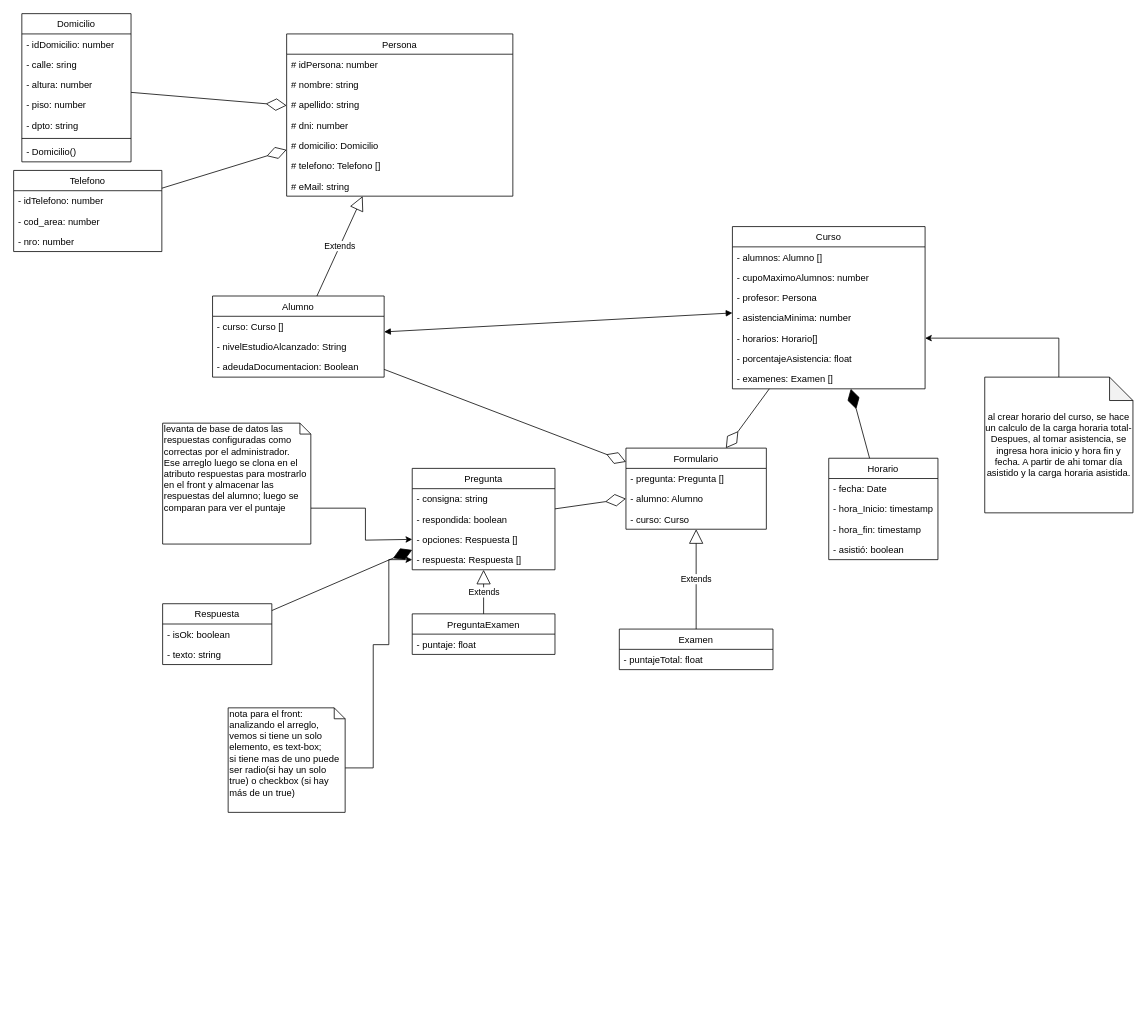
Before: - UML/diagrama_proyecto_final.drawio in mariela21180/institucional-cfp, a draw.io diagram. Source tidied: cells renumbered, new cells numbered last; positions are measured from the earlier drawing's top-left corner, leaving out a move shared by most shapes. Both pictures are drawn from the tidied source at 78%, with x=0, y=0 at pixel (13, 13).
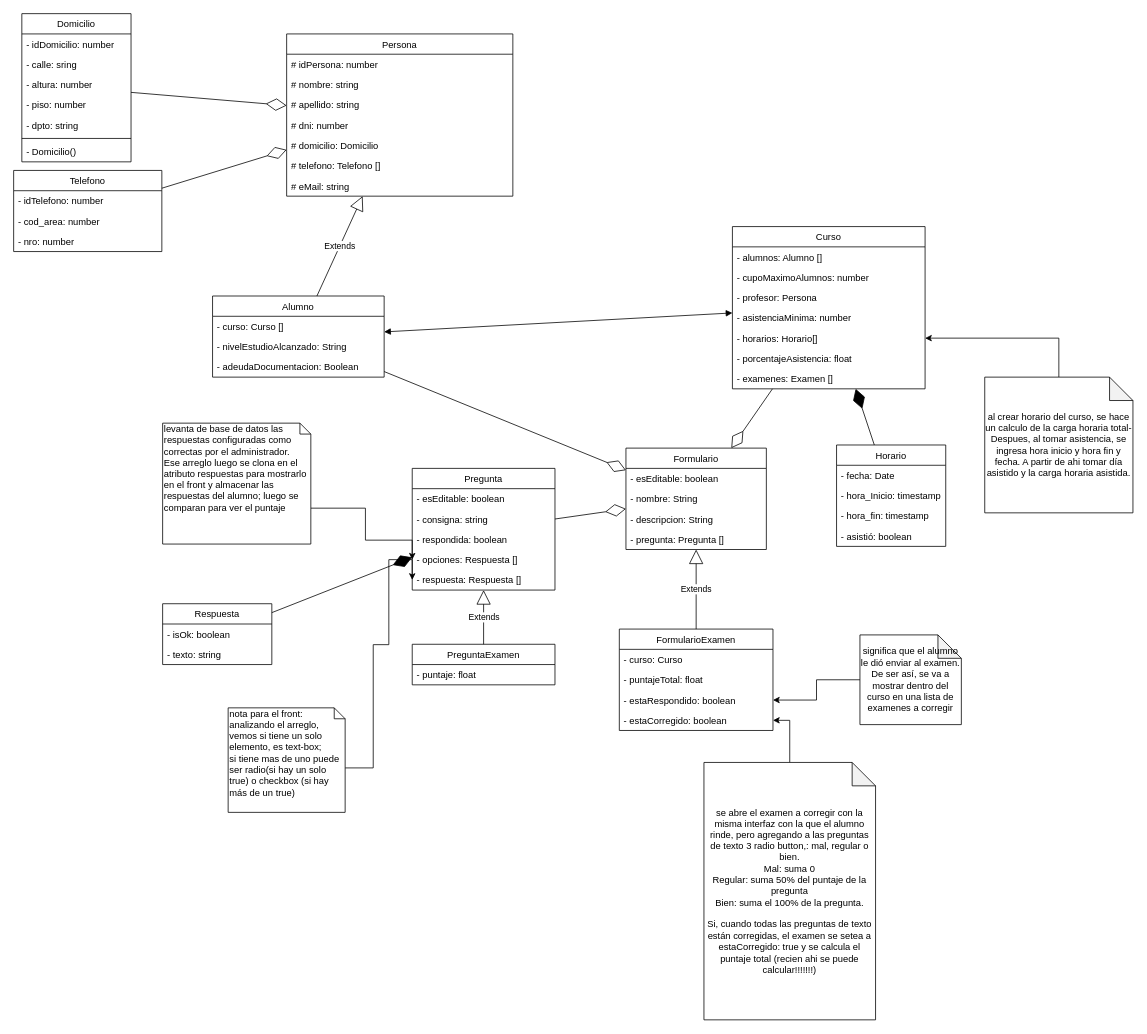
The same page after the edit.

Commit message:
#1 modificaciones en clases y agregado de notas

What changed in the source:
```diff
@@
     <mxCell id="22" value="Formulario" style="swimlane;fontStyle=0;horizontal=1;startSize=26;fillColor=none;" parent="1" vertex="1">
-      <mxGeometry x="785" y="557" width="180" height="104" as="geometry" />
+      <mxGeometry x="785" y="557" width="180" height="130" as="geometry" />
     </mxCell>
+    <mxCell id="72" value="- esEditable: boolean" style="text;strokeColor=none;fillColor=none;align=left;verticalAlign=top;spacingLeft=4;spacingRight=4;overflow=hidden;" parent="22" vertex="1">
+      <mxGeometry y="26" width="180" height="26" as="geometry" />
+    </mxCell>
+    <mxCell id="73" value="- nombre: String" style="text;strokeColor=none;fillColor=none;align=left;verticalAlign=top;spacingLeft=4;spacingRight=4;overflow=hidden;" parent="22" vertex="1">
+      <mxGeometry y="52" width="180" height="26" as="geometry" />
+    </mxCell>
+    <mxCell id="74" value="- descripcion: String" style="text;strokeColor=none;fillColor=none;align=left;verticalAlign=top;spacingLeft=4;spacingRight=4;overflow=hidden;" parent="22" vertex="1">
+      <mxGeometry y="78" width="180" height="26" as="geometry" />
+    </mxCell>
     <mxCell id="23" value="- pregunta: Pregunta []" style="text;strokeColor=none;fillColor=none;align=left;verticalAlign=top;spacingLeft=4;spacingRight=4;overflow=hidden;" parent="22" vertex="1">
-      <mxGeometry y="26" width="180" height="26" as="geometry" />
+      <mxGeometry y="104" width="180" height="26" as="geometry" />
     </mxCell>
-    <mxCell id="24" value="- alumno: Alumno" style="text;strokeColor=none;fillColor=none;align=left;verticalAlign=top;spacingLeft=4;spacingRight=4;overflow=hidden;" parent="22" vertex="1">
-      <mxGeometry y="52" width="180" height="26" as="geometry" />
-    </mxCell>
+    <mxCell id="26" value="FormularioExamen" style="swimlane;fontStyle=0;horizontal=1;startSize=26;fillColor=none;" parent="1" vertex="1">
+      <mxGeometry x="776.5" y="789" width="197" height="130" as="geometry" />
+    </mxCell>
-    <mxCell id="25" value="- curso: Curso" style="text;strokeColor=none;fillColor=none;align=left;verticalAlign=top;spacingLeft=4;spacingRight=4;overflow=hidden;" parent="22" vertex="1">
-      <mxGeometry y="78" width="180" height="26" as="geometry" />
+    <mxCell id="25" value="- curso: Curso" style="text;strokeColor=none;fillColor=none;align=left;verticalAlign=top;spacingLeft=4;spacingRight=4;overflow=hidden;" parent="26" vertex="1">
+      <mxGeometry y="26" width="197" height="26" as="geometry" />
     </mxCell>
-    <mxCell id="26" value="Examen" style="swimlane;fontStyle=0;horizontal=1;startSize=26;fillColor=none;" parent="1" vertex="1">
-      <mxGeometry x="776.5" y="789" width="197" height="52" as="geometry" />
-    </mxCell>
     <mxCell id="27" value="- puntajeTotal: float" style="text;strokeColor=none;fillColor=none;align=left;verticalAlign=top;spacingLeft=4;spacingRight=4;overflow=hidden;" parent="26" vertex="1">
-      <mxGeometry y="26" width="197" height="26" as="geometry" />
+      <mxGeometry y="52" width="197" height="26" as="geometry" />
     </mxCell>
+    <mxCell id="75" value="- estaRespondido: boolean" style="text;strokeColor=none;fillColor=none;align=left;verticalAlign=top;spacingLeft=4;spacingRight=4;overflow=hidden;points=[[0,0.5],[1,0.5]];portConstraint=eastwest;" parent="26" vertex="1">
+      <mxGeometry y="78" width="197" height="26" as="geometry" />
+    </mxCell>
+    <mxCell id="76" value="- estaCorregido: boolean" style="text;strokeColor=none;fillColor=none;align=left;verticalAlign=top;spacingLeft=4;spacingRight=4;overflow=hidden;points=[[0,0.5],[1,0.5]];portConstraint=eastwest;" parent="26" vertex="1">
+      <mxGeometry y="104" width="197" height="26" as="geometry" />
+    </mxCell>
     <mxCell id="28" value="PreguntaExamen" style="swimlane;fontStyle=0;horizontal=1;startSize=26;fillColor=none;" parent="1" vertex="1">
-      <mxGeometry x="511" y="769.5" width="183" height="52" as="geometry" />
+      <mxGeometry x="511" y="808.5" width="183" height="52" as="geometry" />
     </mxCell>
@@
     <mxCell id="47" value="Horario" style="swimlane;fontStyle=0;horizontal=1;startSize=26;fillColor=none;" parent="1" vertex="1">
-      <mxGeometry x="1045" y="570" width="140" height="130" as="geometry" />
+      <mxGeometry x="1055" y="553" width="140" height="130" as="geometry" />
     </mxCell>
@@
     <mxCell id="59" value="Pregunta" style="swimlane;fontStyle=0;horizontal=1;startSize=26;fillColor=none;" parent="1" vertex="1">
-      <mxGeometry x="511" y="583" width="183" height="130" as="geometry" />
+      <mxGeometry x="511" y="583" width="183" height="156" as="geometry" />
     </mxCell>
+    <mxCell id="77" value="- esEditable: boolean" style="text;strokeColor=none;fillColor=none;align=left;verticalAlign=top;spacingLeft=4;spacingRight=4;overflow=hidden;" parent="59" vertex="1">
+      <mxGeometry y="26" width="183" height="26" as="geometry" />
+    </mxCell>
     <mxCell id="60" value="- consigna: string" style="text;strokeColor=none;fillColor=none;align=left;verticalAlign=top;spacingLeft=4;spacingRight=4;overflow=hidden;" parent="59" vertex="1">
-      <mxGeometry y="26" width="183" height="26" as="geometry" />
+      <mxGeometry y="52" width="183" height="26" as="geometry" />
     </mxCell>
     <mxCell id="61" value="- respondida: boolean" style="text;strokeColor=none;fillColor=none;align=left;verticalAlign=top;spacingLeft=4;spacingRight=4;overflow=hidden;" parent="59" vertex="1">
-      <mxGeometry y="52" width="183" height="26" as="geometry" />
+      <mxGeometry y="78" width="183" height="26" as="geometry" />
     </mxCell>
     <mxCell id="62" value="- opciones: Respuesta []" style="text;strokeColor=none;fillColor=none;align=left;verticalAlign=top;spacingLeft=4;spacingRight=4;overflow=hidden;points=[[0,0.5],[1,0.5]];portConstraint=eastwest;" parent="59" vertex="1">
-      <mxGeometry y="78" width="183" height="26" as="geometry" />
+      <mxGeometry y="104" width="183" height="26" as="geometry" />
     </mxCell>
     <mxCell id="63" value="- respuesta: Respuesta []" style="text;strokeColor=none;fillColor=none;align=left;verticalAlign=top;spacingLeft=4;spacingRight=4;overflow=hidden;points=[[0,0.5],[1,0.5]];portConstraint=eastwest;" parent="59" vertex="1">
-      <mxGeometry y="104" width="183" height="26" as="geometry" />
+      <mxGeometry y="130" width="183" height="26" as="geometry" />
     </mxCell>
@@
+    <mxCell id="78" style="edgeStyle=orthogonalEdgeStyle;rounded=0;jettySize=auto;html=1;entryX=1;entryY=0.5;entryDx=0;entryDy=0;" parent="1" edge="1" source="79" target="75">
+      <mxGeometry relative="1" as="geometry" />
+    </mxCell>
+    <mxCell id="79" value="significa que el alumno le dió enviar al examen.&lt;br&gt;De ser así, se va a mostrar dentro del curso en una lista de examenes a corregir" style="shape=note;whiteSpace=wrap;html=1;backgroundOutline=1;darkOpacity=0.05;" parent="1" vertex="1">
+      <mxGeometry x="1085" y="796.5" width="130" height="115" as="geometry" />
+    </mxCell>
+    <mxCell id="80" style="edgeStyle=orthogonalEdgeStyle;rounded=0;jettySize=auto;html=1;entryX=1;entryY=0.5;entryDx=0;entryDy=0;" parent="1" edge="1" source="81" target="76">
+      <mxGeometry relative="1" as="geometry" />
+    </mxCell>
+    <mxCell id="81" value="se abre el examen a corregir con la misma interfaz con la que el alumno rinde, pero agregando a las preguntas de texto 3 radio button,: mal, regular o bien.&lt;br&gt;Mal: suma 0&lt;br&gt;Regular: suma 50% del puntaje de la pregunta&lt;br&gt;Bien: suma el 100% de la pregunta.&lt;br&gt;&lt;br&gt;Si, cuando todas las preguntas de texto están corregidas, el examen se setea a estaCorregido: true y se calcula el puntaje total (recien ahi se puede calcular!!!!!!!)" style="shape=note;whiteSpace=wrap;html=1;backgroundOutline=1;darkOpacity=0.05;" parent="1" vertex="1">
+      <mxGeometry x="885" y="960" width="220" height="330" as="geometry" />
+    </mxCell>
```
